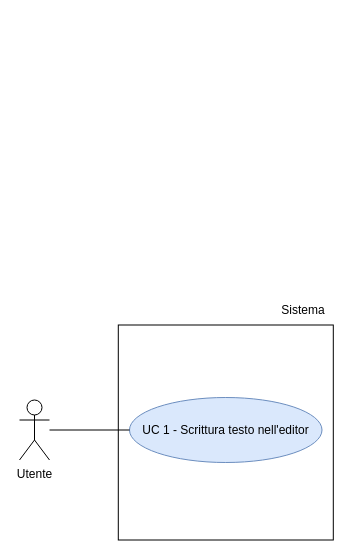
Above: RTB/doc_esterna/analisi-dei-requisiti/assets/draw.io/UC1.drawio in thebitless-group-swe/thebitless.github.io (draw.io), before the change. Source tidied: cells renumbered, new cells numbered last; positions are measured from the earlier drawing's top-left corner, leaving out a move shared by most shapes. Both pictures are drawn from the tidied source at 100%, with x=0, y=0 at pixel (19, 295).
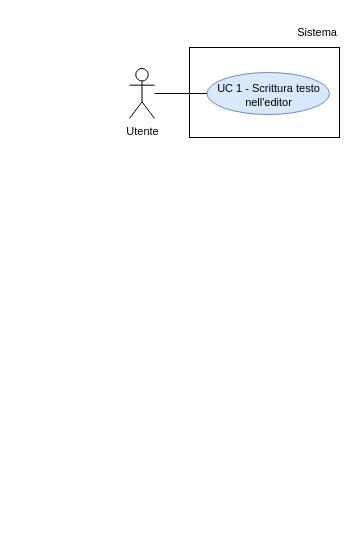
The same page after the edit.

The edit, as a diff of the source:
```diff
@@
 <mxGraphModel>
   <root>
     <mxCell id="0" />
     <mxCell id="1" parent="0" />
-    <mxCell id="2" value="Utente" style="shape=umlActor;verticalLabelPosition=bottom;verticalAlign=top;html=1;outlineConnect=0;" parent="1" vertex="1">
-      <mxGeometry y="104.5" width="30" height="60" as="geometry" />
+    <mxCell id="2" value="Utente" style="shape=umlActor;verticalLabelPosition=bottom;verticalAlign=top;html=1;outlineConnect=0;fontSize=11;" parent="1" vertex="1">
+      <mxGeometry x="110" y="-227" width="25" height="50" as="geometry" />
     </mxCell>
-    <mxCell id="3" style="whiteSpace=wrap;html=1;" parent="1" vertex="1">
-      <mxGeometry x="98.8" y="29.5" width="215" height="215" as="geometry" />
-    </mxCell>
+    <mxCell id="7" style="rounded=0;whiteSpace=wrap;html=1;strokeWidth=1;" parent="1" vertex="1">
+      <mxGeometry x="170" y="-248" width="150" height="90" as="geometry" />
+    </mxCell>
-    <mxCell id="4" value="Sistema" style="text;html=1;whiteSpace=wrap;strokeColor=none;fillColor=none;align=center;verticalAlign=middle;rounded=0;" parent="1" vertex="1">
-      <mxGeometry x="253.8" y="-0.5" width="60" height="30" as="geometry" />
+    <mxCell id="4" value="Sistema" style="text;html=1;whiteSpace=wrap;strokeColor=none;fillColor=none;align=right;verticalAlign=middle;fontSize=11;" parent="1" vertex="1">
+      <mxGeometry x="260" y="-278" width="60" height="30" as="geometry" />
     </mxCell>
-    <mxCell id="5" value="UC 1 - Scrittura testo nell'editor" style="ellipse;whiteSpace=wrap;html=1;fillColor=#dae8fc;strokeColor=#6c8ebf;" parent="1" vertex="1">
-      <mxGeometry x="110" y="102" width="192.5" height="65" as="geometry" />
+    <mxCell id="5" value="UC 1 - Scrittura testo nell'editor" style="ellipse;whiteSpace=wrap;html=1;fillColor=#dae8fc;strokeColor=#6c8ebf;fontSize=11;convertToSvg=1;svgWhiteSpace=wrap;labelBorderColor=none;labelBackgroundColor=none;spacingBottom=-4;" parent="1" vertex="1">
+      <mxGeometry x="187.5" y="-223" width="122.5" height="42" as="geometry" />
     </mxCell>
     <mxCell id="6" style="edgeStyle=none;rounded=0;jettySize=auto;html=1;endArrow=none;endFill=0;" parent="1" edge="1" source="2" target="5">
       <mxGeometry relative="1" as="geometry" />
     </mxCell>
+    <mxCell id="8" style="edgeStyle=orthogonalEdgeStyle;rounded=0;orthogonalLoop=1;jettySize=auto;html=1;exitX=0.5;exitY=1;exitDx=0;exitDy=0;" parent="1" edge="1" source="4" target="4">
+      <mxGeometry relative="1" as="geometry" />
+    </mxCell>
   </root>
 </mxGraphModel>
```
